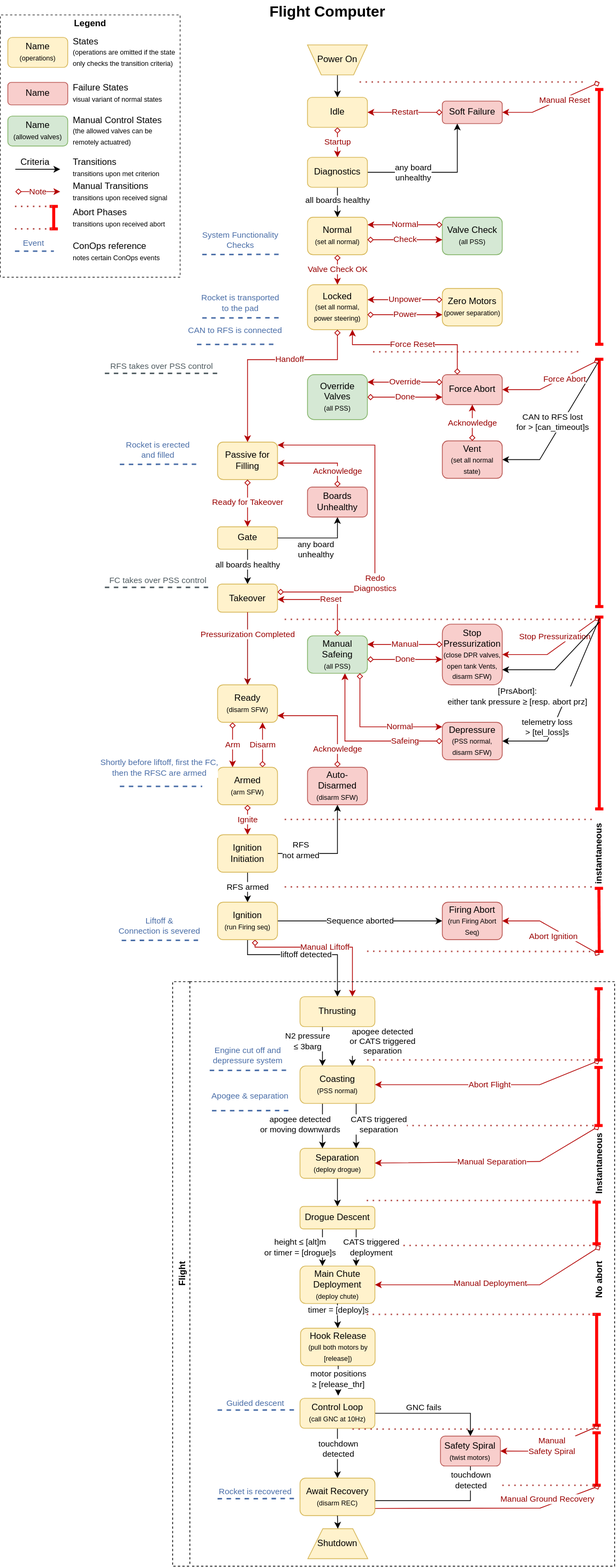
Earlier version of the draw.io export state-machines/fc-flight-state-machine.drawio.svg (aris-space/asteria-remote-computers). Source tidied: cells renumbered, new cells last; positions are measured from the earlier drawing's top-left corner, leaving out a move shared by most shapes.
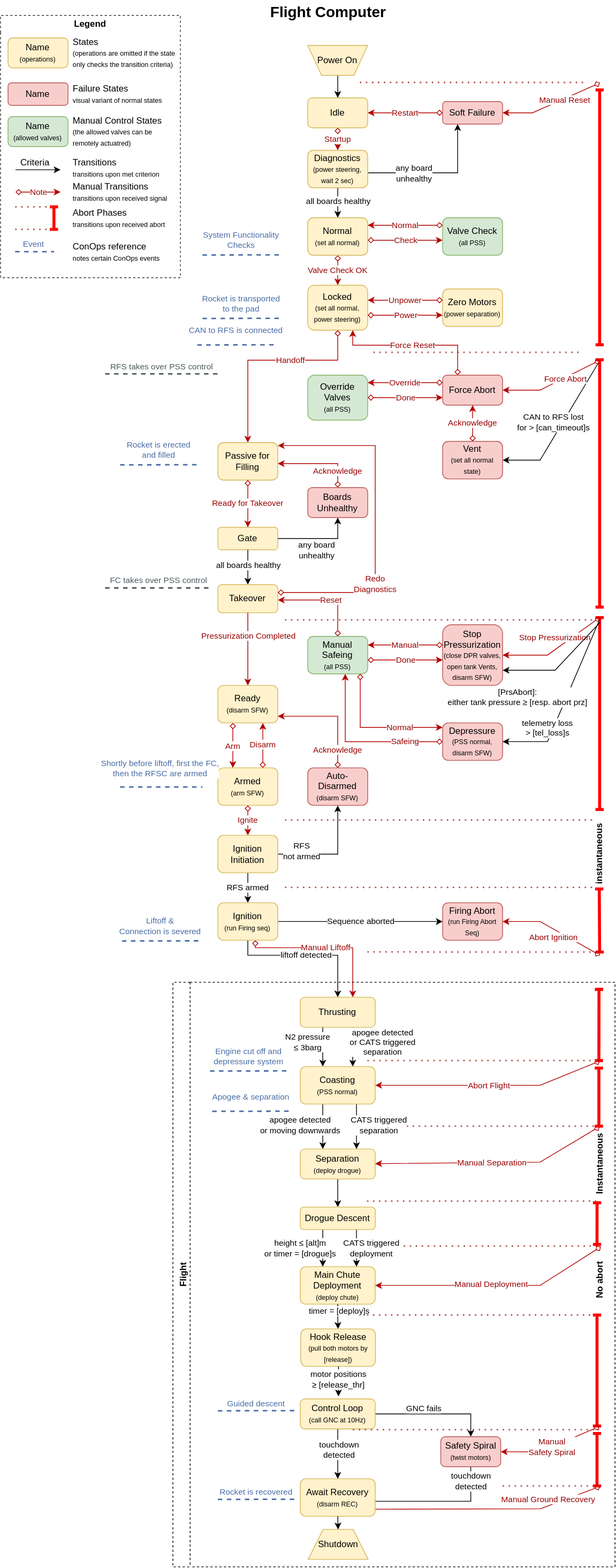
After the change.

What changed in the source:
```diff
@@ -35,8 +35,8 @@
         <mxPoint x="7" y="2" as="offset" />
       </mxGeometry>
     </mxCell>
-    <mxCell id="11" value="&lt;font&gt;Diagnostics&lt;/font&gt;" style="rounded=1;whiteSpace=wrap;html=1;fillColor=#fff2cc;strokeColor=#d6b656;" parent="1" vertex="1">
-      <mxGeometry x="410" y="210" width="80" height="40" as="geometry" />
+    <mxCell id="11" value="&lt;font&gt;Diagnostics&lt;/font&gt;&lt;div&gt;&lt;font style=&quot;font-size: 9px;&quot;&gt;(power steering, wait 2 sec)&lt;/font&gt;&lt;/div&gt;" style="rounded=1;whiteSpace=wrap;html=1;fillColor=#fff2cc;strokeColor=#d6b656;" parent="1" vertex="1">
+      <mxGeometry x="410" y="200" width="80" height="50" as="geometry" />
     </mxCell>
     <mxCell id="12" value="Locked&lt;div&gt;&lt;font style=&quot;font-size: 9px;&quot;&gt;(set all normal,&lt;/font&gt;&lt;/div&gt;&lt;div&gt;&lt;font style=&quot;font-size: 9px;&quot;&gt;power steering)&lt;/font&gt;&lt;/div&gt;" style="rounded=1;whiteSpace=wrap;html=1;fillColor=#fff2cc;strokeColor=#d6b656;" parent="1" vertex="1">
       <mxGeometry x="410" y="380" width="80" height="60" as="geometry" />
```
